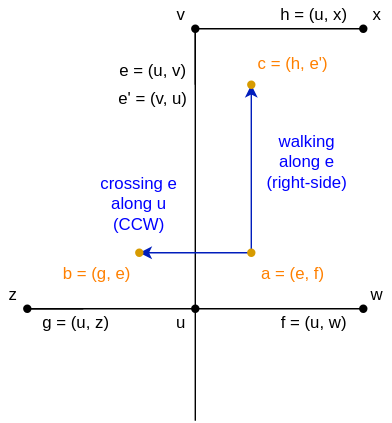
Earlier version of the draw.io export docs/img/diagram.svg (claugaete/luz-verde). Source tidied: cells renumbered, new cells last; positions are measured from the earlier drawing's top-left corner, leaving out a move shared by most shapes. The source it was exported from:
```xml
<mxGraphModel>
  <root>
    <mxCell id="0" />
    <mxCell id="1" parent="0" />
    <mxCell id="2" style="endArrow=none;html=1;rounded=0;" parent="1" edge="1" source="14">
      <mxGeometry relative="1" as="geometry">
        <mxPoint x="140" y="220" as="targetPoint" />
      </mxGeometry>
    </mxCell>
    <mxCell id="3" style="endArrow=none;html=1;rounded=0;" parent="1" edge="1" source="9">
      <mxGeometry relative="1" as="geometry">
        <mxPoint x="140" y="60" as="targetPoint" />
      </mxGeometry>
    </mxCell>
    <mxCell id="4" style="endArrow=none;html=1;rounded=0;" parent="1" edge="1" source="14">
      <mxGeometry relative="1" as="geometry">
        <mxPoint x="140" y="300" as="targetPoint" />
      </mxGeometry>
    </mxCell>
    <mxCell id="5" style="endArrow=none;html=1;rounded=0;" parent="1" edge="1">
      <mxGeometry relative="1" as="geometry">
        <mxPoint x="140" y="220" as="sourcePoint" />
        <mxPoint x="140" y="220" as="targetPoint" />
      </mxGeometry>
    </mxCell>
    <mxCell id="6" style="endArrow=none;html=1;rounded=0;" parent="1" edge="1" source="19" target="14">
      <mxGeometry relative="1" as="geometry" />
    </mxCell>
    <mxCell id="7" value="&lt;div&gt;u&lt;/div&gt;" style="text;html=1;whiteSpace=wrap;strokeColor=none;fillColor=none;align=center;verticalAlign=middle;rounded=0;fontColor=light-dark(#000000,#7EA6E0);" parent="1" vertex="1">
      <mxGeometry x="120" y="220" width="20" height="20" as="geometry" />
    </mxCell>
    <mxCell id="8" style="endArrow=none;html=1;rounded=0;" parent="1" edge="1" target="9">
      <mxGeometry relative="1" as="geometry">
        <mxPoint x="140" y="220" as="sourcePoint" />
      </mxGeometry>
    </mxCell>
    <mxCell id="9" style="shape=waypoint;sketch=0;fillStyle=solid;size=6;points=[];fillColor=none;perimeter=centerPerimeter;snapToPoint=1;" parent="1" vertex="1">
      <mxGeometry x="130" y="10" width="20" height="20" as="geometry" />
    </mxCell>
    <mxCell id="10" value="v" style="text;html=1;whiteSpace=wrap;strokeColor=none;fillColor=none;align=center;verticalAlign=middle;rounded=0;" parent="1" vertex="1">
      <mxGeometry x="120" width="20" height="20" as="geometry" />
    </mxCell>
    <mxCell id="11" value="w" style="text;html=1;whiteSpace=wrap;strokeColor=none;fillColor=none;align=center;verticalAlign=middle;rounded=0;" parent="1" vertex="1">
      <mxGeometry x="260" y="200" width="20" height="20" as="geometry" />
    </mxCell>
    <mxCell id="12" value="f = (u, w)" style="text;html=1;whiteSpace=wrap;strokeColor=none;fillColor=none;align=center;verticalAlign=middle;rounded=0;" parent="1" vertex="1">
      <mxGeometry x="200" y="220" width="50" height="20" as="geometry" />
    </mxCell>
    <mxCell id="13" style="endArrow=none;html=1;rounded=0;" parent="1" edge="1" target="14">
      <mxGeometry relative="1" as="geometry">
        <mxPoint x="140" y="220" as="sourcePoint" />
      </mxGeometry>
    </mxCell>
    <mxCell id="14" style="shape=waypoint;sketch=0;fillStyle=solid;size=6;points=[];perimeter=centerPerimeter;snapToPoint=1;" parent="1" vertex="1">
      <mxGeometry x="130" y="210" width="20" height="20" as="geometry" />
    </mxCell>
    <mxCell id="15" value="&lt;div&gt;&lt;font&gt;e = (u, v)&lt;/font&gt;&lt;/div&gt;" style="text;html=1;whiteSpace=wrap;strokeColor=none;fillColor=none;align=center;verticalAlign=middle;rounded=0;" parent="1" vertex="1">
      <mxGeometry x="80" y="40" width="60" height="20" as="geometry" />
    </mxCell>
    <mxCell id="16" style="shape=waypoint;sketch=0;fillStyle=solid;size=6;points=[];perimeter=centerPerimeter;snapToPoint=1;" parent="1" vertex="1">
      <mxGeometry x="250" y="210" width="20" height="20" as="geometry" />
    </mxCell>
    <mxCell id="17" style="endArrow=none;html=1;rounded=0;entryX=0.385;entryY=0.403;entryDx=0;entryDy=0;entryPerimeter=0;" parent="1" edge="1" source="14" target="16">
      <mxGeometry relative="1" as="geometry" />
    </mxCell>
    <mxCell id="18" style="endArrow=none;html=1;rounded=0;" parent="1" edge="1" target="19">
      <mxGeometry relative="1" as="geometry">
        <mxPoint x="60" y="220" as="sourcePoint" />
      </mxGeometry>
    </mxCell>
    <mxCell id="19" style="shape=waypoint;sketch=0;fillStyle=solid;size=6;points=[];fillColor=none;perimeter=centerPerimeter;snapToPoint=1;" parent="1" vertex="1">
      <mxGeometry x="10" y="210" width="20" height="20" as="geometry" />
    </mxCell>
    <mxCell id="20" value="z" style="text;html=1;whiteSpace=wrap;strokeColor=none;fillColor=none;align=center;verticalAlign=middle;rounded=0;" parent="1" vertex="1">
      <mxGeometry y="200" width="20" height="20" as="geometry" />
    </mxCell>
    <mxCell id="21" value="g = (u, z)" style="text;html=1;whiteSpace=wrap;strokeColor=none;fillColor=none;align=center;verticalAlign=middle;rounded=0;" parent="1" vertex="1">
      <mxGeometry x="30" y="220" width="50" height="20" as="geometry" />
    </mxCell>
    <mxCell id="22" style="endArrow=none;html=1;rounded=0;exitDx=0;exitDy=0;" parent="1" edge="1" source="23">
      <mxGeometry relative="1" as="geometry">
        <mxPoint x="260" y="20" as="targetPoint" />
      </mxGeometry>
    </mxCell>
    <mxCell id="23" style="shape=waypoint;sketch=0;fillStyle=solid;size=6;points=[];fillColor=none;perimeter=centerPerimeter;snapToPoint=1;" parent="1" vertex="1">
      <mxGeometry x="250" y="10" width="20" height="20" as="geometry" />
    </mxCell>
    <mxCell id="24" value="x" style="text;html=1;whiteSpace=wrap;strokeColor=none;fillColor=none;align=center;verticalAlign=middle;rounded=0;" parent="1" vertex="1">
      <mxGeometry x="260" width="20" height="20" as="geometry" />
    </mxCell>
    <mxCell id="25" style="endArrow=none;html=1;rounded=0;entryX=0;entryY=1;entryDx=0;entryDy=0;" parent="1" edge="1" source="9" target="24">
      <mxGeometry relative="1" as="geometry" />
    </mxCell>
    <mxCell id="26" value="&lt;div&gt;&lt;font&gt;h = (u, x)&lt;/font&gt;&lt;/div&gt;" style="text;html=1;whiteSpace=wrap;strokeColor=none;fillColor=none;align=center;verticalAlign=middle;rounded=0;" parent="1" vertex="1">
      <mxGeometry x="200" width="50" height="20" as="geometry" />
    </mxCell>
    <mxCell id="27" style="endArrow=classic;html=1;rounded=0;fillColor=#0050ef;strokeColor=#001DBC;" parent="1" edge="1" target="35">
      <mxGeometry relative="1" as="geometry">
        <mxPoint x="180" y="180" as="sourcePoint" />
      </mxGeometry>
    </mxCell>
    <mxCell id="28" value="&lt;span style=&quot;&quot;&gt;b = (g, e)&lt;/span&gt;" style="text;html=1;whiteSpace=wrap;strokeColor=none;fillColor=none;align=center;verticalAlign=middle;rounded=0;fontColor=#FF8000;" parent="1" vertex="1">
      <mxGeometry x="40" y="180" width="60" height="30" as="geometry" />
    </mxCell>
    <mxCell id="29" style="endArrow=classic;html=1;rounded=0;fillColor=#0050ef;strokeColor=#001DBC;" parent="1" edge="1" source="33" target="34">
      <mxGeometry relative="1" as="geometry" />
    </mxCell>
    <mxCell id="30" value="&lt;span style=&quot;&quot;&gt;a = (e, f)&lt;/span&gt;" style="text;html=1;whiteSpace=wrap;strokeColor=none;fillColor=none;align=center;verticalAlign=middle;rounded=0;fontColor=#FF8000;" parent="1" vertex="1">
      <mxGeometry x="180" y="180" width="60" height="30" as="geometry" />
    </mxCell>
    <mxCell id="31" value="&lt;span style=&quot;&quot;&gt;c = (h, e')&lt;/span&gt;" style="text;html=1;whiteSpace=wrap;strokeColor=none;fillColor=none;align=center;verticalAlign=middle;rounded=0;fontColor=#FF8000;" parent="1" vertex="1">
      <mxGeometry x="180" y="30" width="60" height="30" as="geometry" />
    </mxCell>
    <mxCell id="32" style="endArrow=classic;html=1;rounded=0;fillColor=#dae8fc;strokeColor=#6c8ebf;" parent="1" edge="1" target="33">
      <mxGeometry relative="1" as="geometry">
        <mxPoint x="180" y="180" as="sourcePoint" />
      </mxGeometry>
    </mxCell>
    <mxCell id="33" style="shape=waypoint;sketch=0;fillStyle=solid;size=6;points=[];fillColor=#ffe6cc;perimeter=centerPerimeter;snapToPoint=1;strokeColor=#d79b00;" parent="1" vertex="1">
      <mxGeometry x="170" y="170" width="20" height="20" as="geometry" />
    </mxCell>
    <mxCell id="34" style="shape=waypoint;sketch=0;fillStyle=solid;size=6;points=[];perimeter=centerPerimeter;snapToPoint=1;fillColor=#ffe6cc;strokeColor=#d79b00;" parent="1" vertex="1">
      <mxGeometry x="170" y="50" width="20" height="20" as="geometry" />
    </mxCell>
    <mxCell id="35" style="shape=waypoint;sketch=0;fillStyle=solid;size=6;points=[];fillColor=#ffe6cc;perimeter=centerPerimeter;snapToPoint=1;strokeColor=#d79b00;" parent="1" vertex="1">
      <mxGeometry x="90" y="170" width="20" height="20" as="geometry" />
    </mxCell>
    <mxCell id="36" value="crossing e along u (CCW)" style="text;html=1;whiteSpace=wrap;strokeColor=none;fillColor=none;align=center;verticalAlign=middle;rounded=0;fontColor=#0000FF;" parent="1" vertex="1">
      <mxGeometry x="65" y="120" width="70" height="50" as="geometry" />
    </mxCell>
    <mxCell id="37" value="walking along e (right-side)" style="text;html=1;whiteSpace=wrap;strokeColor=none;fillColor=none;align=center;verticalAlign=middle;rounded=0;fontColor=#0000FF;" parent="1" vertex="1">
      <mxGeometry x="190" y="100" width="60" height="30" as="geometry" />
    </mxCell>
    <mxCell id="38" value="&lt;div&gt;&lt;font&gt;e' = (v, u)&lt;/font&gt;&lt;/div&gt;" style="text;html=1;whiteSpace=wrap;strokeColor=none;fillColor=none;align=center;verticalAlign=middle;rounded=0;" parent="1" vertex="1">
      <mxGeometry x="80" y="60" width="60" height="20" as="geometry" />
    </mxCell>
  </root>
</mxGraphModel>
```
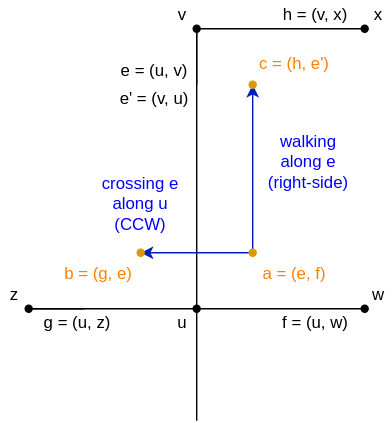
Above is the later version.

What changed in the source:
```diff
@@ -91,7 +91,7 @@
     <mxCell id="25" style="endArrow=none;html=1;rounded=0;entryX=0;entryY=1;entryDx=0;entryDy=0;" parent="1" edge="1" source="9" target="24">
       <mxGeometry relative="1" as="geometry" />
     </mxCell>
-    <mxCell id="26" value="&lt;div&gt;&lt;font&gt;h = (u, x)&lt;/font&gt;&lt;/div&gt;" style="text;html=1;whiteSpace=wrap;strokeColor=none;fillColor=none;align=center;verticalAlign=middle;rounded=0;" parent="1" vertex="1">
+    <mxCell id="26" value="&lt;div&gt;&lt;font&gt;h = (v, x)&lt;/font&gt;&lt;/div&gt;" style="text;html=1;whiteSpace=wrap;strokeColor=none;fillColor=none;align=center;verticalAlign=middle;rounded=0;" parent="1" vertex="1">
       <mxGeometry x="200" width="50" height="20" as="geometry" />
     </mxCell>
     <mxCell id="27" style="endArrow=classic;html=1;rounded=0;fillColor=#0050ef;strokeColor=#001DBC;" parent="1" edge="1" target="35">
```
